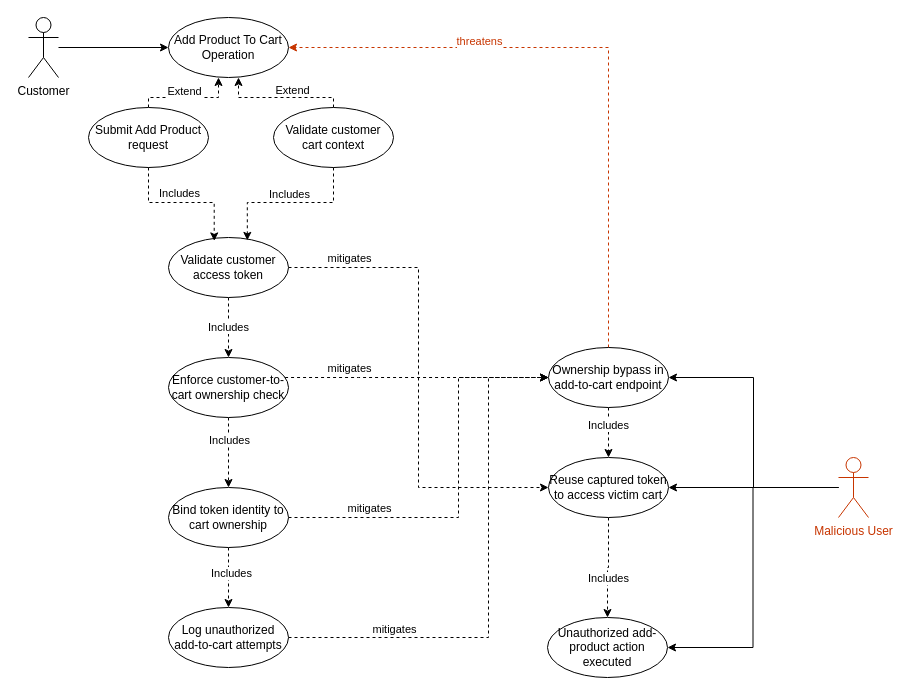
Before: docs/abuse-cases/francisco1201373/Broken_Authorization_Add_Product_To_Cart_Abuse_Case.drawio in mei-desofs/desofs2026-thu_crr_1, a draw.io diagram. Source tidied: cells renumbered, new cells numbered last; positions are measured from the earlier drawing's top-left corner, leaving out a move shared by most shapes. Both pictures are drawn from the tidied source at 100%, with x=0, y=0 at pixel (28, 17).
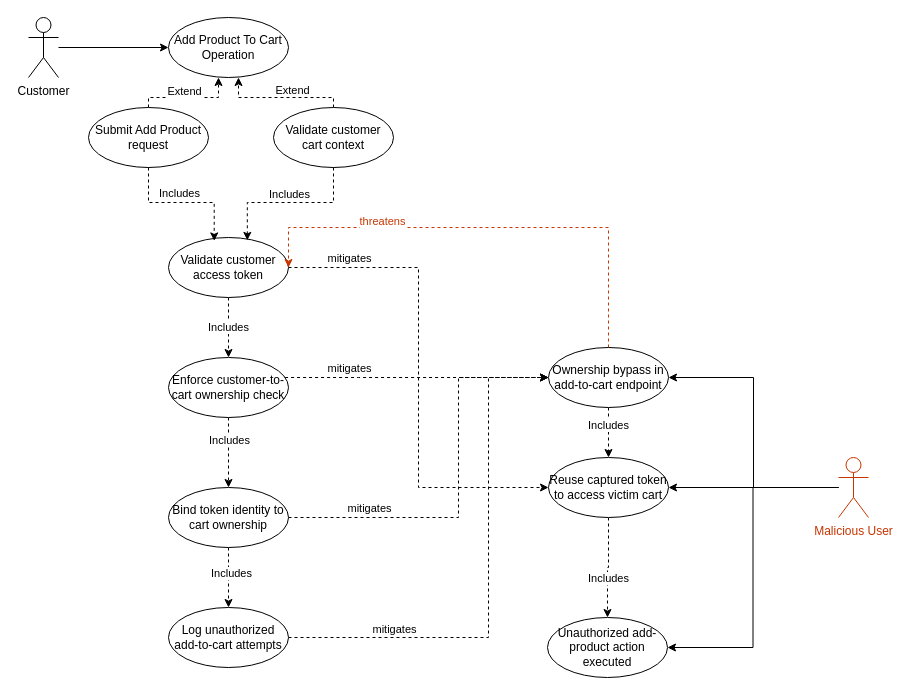
The same page after the edit.

The change refers to these unchanged cells:
```xml
<mxCell id="8" value="Add Product To Cart Operation" style="ellipse;whiteSpace=wrap;html=1;fillColor=light-dark(#FFFFFF,#3399FF);strokeColor=light-dark(#000000,#000000);fontColor=light-dark(#000000,#000000);" parent="1" vertex="1">
  <mxGeometry x="140" width="120" height="60" as="geometry" />
</mxCell>
<mxCell id="11" value="Validate customer access token" style="ellipse;whiteSpace=wrap;html=1;fillColor=light-dark(#FFFFFF,#3399FF);strokeColor=light-dark(#000000,#000000);fontColor=light-dark(#000000,#000000);" parent="1" vertex="1">
  <mxGeometry x="140" y="220" width="120" height="60" as="geometry" />
</mxCell>
<mxCell id="30" value="Ownership bypass in add-to-cart endpoint" style="ellipse;whiteSpace=wrap;html=1;fillColor=light-dark(#FFFFFF,#CDA2BE);strokeColor=light-dark(#000000,#000000);fontColor=light-dark(#000000,#000000);" parent="1" vertex="1">
  <mxGeometry x="520" y="330" width="120" height="60" as="geometry" />
</mxCell>
```

Change to the diagram source:
```diff
@@
-    <mxCell id="26" style="edgeStyle=orthogonalEdgeStyle;rounded=0;jettySize=auto;html=1;exitX=0.5;exitY=0;exitDx=0;exitDy=0;dashed=1;strokeColor=light-dark(#C73500,#FF0000);entryX=1;entryY=0.5;entryDx=0;entryDy=0;" parent="1" edge="1" source="30" target="8">
+    <mxCell id="26" style="edgeStyle=orthogonalEdgeStyle;rounded=0;jettySize=auto;html=1;exitX=0.5;exitY=0;exitDx=0;exitDy=0;dashed=1;strokeColor=light-dark(#C73500,#FF0000);entryX=1;entryY=0.5;entryDx=0;entryDy=0;" parent="1" edge="1" source="30" target="11">
       <mxGeometry relative="1" as="geometry">
         <Array as="points">
-          <mxPoint x="580" y="30" />
+          <mxPoint x="580" y="210" />
+          <mxPoint x="260" y="210" />
         </Array>
       </mxGeometry>
     </mxCell>
```
